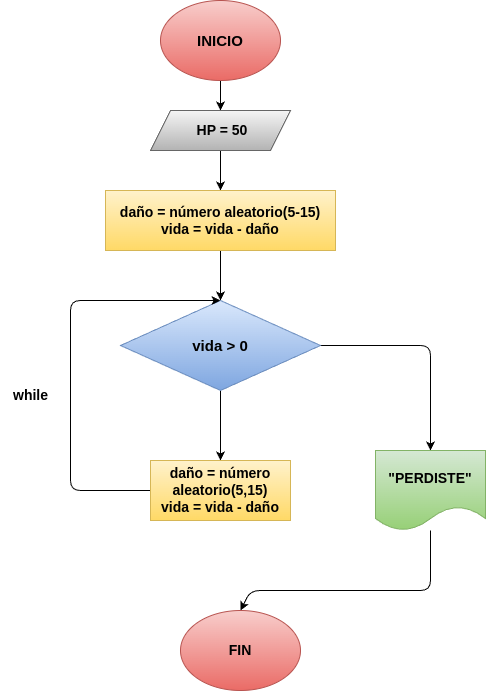
The draw.io diagram Ejercicio_2/diagrama.png in andrespinillacolegioguanenta/INTRUCCIONES_REP, before a commit. Source tidied: cells renumbered, new cells last; positions are measured from the earlier drawing's top-left corner, leaving out a move shared by most shapes. Source of this version:
```xml
<mxGraphModel>
  <root>
    <mxCell id="0" />
    <mxCell id="1" parent="0" />
    <mxCell id="2" style="edgeStyle=none;html=1;" parent="1" edge="1" source="3" target="5">
      <mxGeometry relative="1" as="geometry" />
    </mxCell>
    <mxCell id="3" value="INICIO" style="ellipse;whiteSpace=wrap;html=1;fontStyle=1;fontSize=15;fillColor=#f8cecc;gradientColor=#ea6b66;strokeColor=#b85450;" parent="1" vertex="1">
      <mxGeometry x="160" width="120" height="80" as="geometry" />
    </mxCell>
    <mxCell id="4" style="edgeStyle=none;html=1;" parent="1" edge="1" source="5" target="7">
      <mxGeometry relative="1" as="geometry" />
    </mxCell>
    <mxCell id="5" value="&amp;nbsp;HP = 50" style="shape=parallelogram;perimeter=parallelogramPerimeter;whiteSpace=wrap;html=1;fixedSize=1;fontStyle=1;fontSize=14;fillColor=#f5f5f5;gradientColor=#b3b3b3;strokeColor=#666666;" parent="1" vertex="1">
      <mxGeometry x="150" y="110" width="140" height="40" as="geometry" />
    </mxCell>
    <mxCell id="6" style="edgeStyle=none;html=1;" parent="1" edge="1" source="7" target="10">
      <mxGeometry relative="1" as="geometry" />
    </mxCell>
    <mxCell id="7" value="&lt;font style=&quot;color: rgb(0, 0, 0);&quot;&gt;daño = número aleatorio(5-15)&lt;/font&gt;&lt;div&gt;&lt;font style=&quot;color: rgb(0, 0, 0);&quot;&gt;vida = vida - daño&lt;/font&gt;&lt;/div&gt;" style="rounded=0;whiteSpace=wrap;html=1;fontStyle=1;fontSize=14;fillColor=#fff2cc;gradientColor=#ffd966;strokeColor=#d6b656;" parent="1" vertex="1">
      <mxGeometry x="105" y="190" width="230" height="60" as="geometry" />
    </mxCell>
    <mxCell id="8" style="edgeStyle=none;html=1;entryX=0.5;entryY=0;entryDx=0;entryDy=0;" parent="1" edge="1" source="10" target="13">
      <mxGeometry relative="1" as="geometry">
        <Array as="points">
          <mxPoint x="430" y="345" />
        </Array>
      </mxGeometry>
    </mxCell>
    <mxCell id="9" style="edgeStyle=none;html=1;" parent="1" edge="1" source="10" target="16">
      <mxGeometry relative="1" as="geometry" />
    </mxCell>
    <mxCell id="10" value="vida &amp;gt; 0" style="rhombus;whiteSpace=wrap;html=1;fontStyle=1;fontSize=15;fillColor=#dae8fc;gradientColor=#7ea6e0;strokeColor=#6c8ebf;" parent="1" vertex="1">
      <mxGeometry x="120" y="300" width="200" height="90" as="geometry" />
    </mxCell>
    <mxCell id="11" style="edgeStyle=none;html=1;entryX=0.5;entryY=0;entryDx=0;entryDy=0;" parent="1" edge="1" target="10">
      <mxGeometry relative="1" as="geometry">
        <mxPoint x="160" y="490" as="sourcePoint" />
        <Array as="points">
          <mxPoint x="70" y="490" />
          <mxPoint x="70" y="300" />
        </Array>
      </mxGeometry>
    </mxCell>
    <mxCell id="12" style="edgeStyle=none;html=1;entryX=0.5;entryY=0;entryDx=0;entryDy=0;" parent="1" edge="1" source="13" target="15">
      <mxGeometry relative="1" as="geometry">
        <Array as="points">
          <mxPoint x="430" y="590" />
          <mxPoint x="250" y="590" />
        </Array>
      </mxGeometry>
    </mxCell>
    <mxCell id="13" value="&quot;PERDISTE&quot;" style="shape=document;whiteSpace=wrap;html=1;boundedLbl=1;fontStyle=1;fontSize=14;fillColor=#d5e8d4;gradientColor=#97d077;strokeColor=#82b366;" parent="1" vertex="1">
      <mxGeometry x="375" y="450" width="110" height="80" as="geometry" />
    </mxCell>
    <mxCell id="14" value="while" style="text;html=1;align=center;verticalAlign=middle;strokeColor=none;fillColor=none;fontStyle=1;fontSize=14;" parent="1" vertex="1">
      <mxGeometry y="380" width="60" height="30" as="geometry" />
    </mxCell>
    <mxCell id="15" value="FIN" style="ellipse;whiteSpace=wrap;html=1;fontStyle=1;fontSize=14;fillColor=#f8cecc;gradientColor=#ea6b66;strokeColor=#b85450;" parent="1" vertex="1">
      <mxGeometry x="180" y="610" width="120" height="80" as="geometry" />
    </mxCell>
    <mxCell id="16" value="&lt;font style=&quot;scrollbar-color: rgb(226, 226, 226) rgb(251, 251, 251); font-size: 14px; font-weight: 700; color: rgb(0, 0, 0);&quot;&gt;daño = número aleatorio(5,15)&lt;/font&gt;&lt;div style=&quot;color: rgb(63, 63, 63); scrollbar-color: rgb(226, 226, 226) rgb(251, 251, 251); font-size: 14px; font-weight: 700;&quot;&gt;&lt;font style=&quot;scrollbar-color: rgb(226, 226, 226) rgb(251, 251, 251); color: rgb(0, 0, 0);&quot;&gt;vida = vida - daño&lt;/font&gt;&lt;/div&gt;" style="rounded=0;whiteSpace=wrap;html=1;fillColor=#fff2cc;gradientColor=#ffd966;strokeColor=#d6b656;" parent="1" vertex="1">
      <mxGeometry x="150" y="460" width="140" height="60" as="geometry" />
    </mxCell>
  </root>
</mxGraphModel>
```
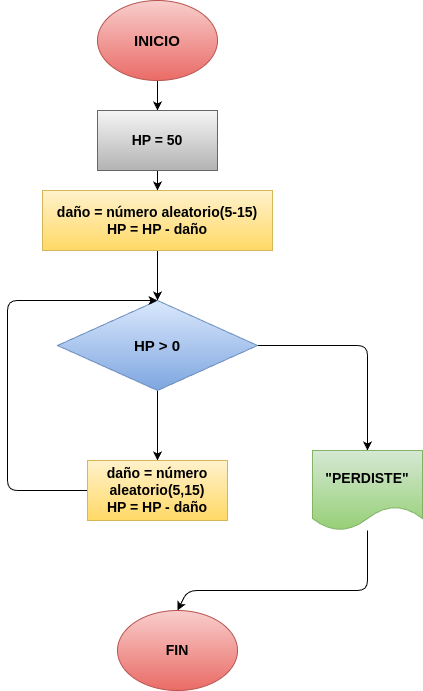
Later version of the same file.

The edit, as a diff of the source:
```diff
@@ -8,16 +8,10 @@
     <mxCell id="3" value="INICIO" style="ellipse;whiteSpace=wrap;html=1;fontStyle=1;fontSize=15;fillColor=#f8cecc;gradientColor=#ea6b66;strokeColor=#b85450;" parent="1" vertex="1">
       <mxGeometry x="160" width="120" height="80" as="geometry" />
     </mxCell>
-    <mxCell id="4" style="edgeStyle=none;html=1;" parent="1" edge="1" source="5" target="7">
-      <mxGeometry relative="1" as="geometry" />
-    </mxCell>
-    <mxCell id="5" value="&amp;nbsp;HP = 50" style="shape=parallelogram;perimeter=parallelogramPerimeter;whiteSpace=wrap;html=1;fixedSize=1;fontStyle=1;fontSize=14;fillColor=#f5f5f5;gradientColor=#b3b3b3;strokeColor=#666666;" parent="1" vertex="1">
-      <mxGeometry x="150" y="110" width="140" height="40" as="geometry" />
-    </mxCell>
     <mxCell id="6" style="edgeStyle=none;html=1;" parent="1" edge="1" source="7" target="10">
       <mxGeometry relative="1" as="geometry" />
     </mxCell>
-    <mxCell id="7" value="&lt;font style=&quot;color: rgb(0, 0, 0);&quot;&gt;daño = número aleatorio(5-15)&lt;/font&gt;&lt;div&gt;&lt;font style=&quot;color: rgb(0, 0, 0);&quot;&gt;vida = vida - daño&lt;/font&gt;&lt;/div&gt;" style="rounded=0;whiteSpace=wrap;html=1;fontStyle=1;fontSize=14;fillColor=#fff2cc;gradientColor=#ffd966;strokeColor=#d6b656;" parent="1" vertex="1">
+    <mxCell id="7" value="&lt;font style=&quot;color: rgb(0, 0, 0);&quot;&gt;daño = número aleatorio(5-15)&lt;/font&gt;&lt;div&gt;&lt;font style=&quot;color: rgb(0, 0, 0);&quot;&gt;HP = HP - daño&lt;/font&gt;&lt;/div&gt;" style="rounded=0;whiteSpace=wrap;html=1;fontStyle=1;fontSize=14;fillColor=#fff2cc;gradientColor=#ffd966;strokeColor=#d6b656;" parent="1" vertex="1">
       <mxGeometry x="105" y="190" width="230" height="60" as="geometry" />
     </mxCell>
     <mxCell id="8" style="edgeStyle=none;html=1;entryX=0.5;entryY=0;entryDx=0;entryDy=0;" parent="1" edge="1" source="10" target="13">
@@ -30,7 +24,7 @@
     <mxCell id="9" style="edgeStyle=none;html=1;" parent="1" edge="1" source="10" target="16">
       <mxGeometry relative="1" as="geometry" />
     </mxCell>
-    <mxCell id="10" value="vida &amp;gt; 0" style="rhombus;whiteSpace=wrap;html=1;fontStyle=1;fontSize=15;fillColor=#dae8fc;gradientColor=#7ea6e0;strokeColor=#6c8ebf;" parent="1" vertex="1">
+    <mxCell id="10" value="HP &amp;gt; 0" style="rhombus;whiteSpace=wrap;html=1;fontStyle=1;fontSize=15;fillColor=#dae8fc;gradientColor=#7ea6e0;strokeColor=#6c8ebf;" parent="1" vertex="1">
       <mxGeometry x="120" y="300" width="200" height="90" as="geometry" />
     </mxCell>
     <mxCell id="11" style="edgeStyle=none;html=1;entryX=0.5;entryY=0;entryDx=0;entryDy=0;" parent="1" edge="1" target="10">
@@ -53,14 +47,17 @@
     <mxCell id="13" value="&quot;PERDISTE&quot;" style="shape=document;whiteSpace=wrap;html=1;boundedLbl=1;fontStyle=1;fontSize=14;fillColor=#d5e8d4;gradientColor=#97d077;strokeColor=#82b366;" parent="1" vertex="1">
       <mxGeometry x="375" y="450" width="110" height="80" as="geometry" />
     </mxCell>
-    <mxCell id="14" value="while" style="text;html=1;align=center;verticalAlign=middle;strokeColor=none;fillColor=none;fontStyle=1;fontSize=14;" parent="1" vertex="1">
-      <mxGeometry y="380" width="60" height="30" as="geometry" />
-    </mxCell>
     <mxCell id="15" value="FIN" style="ellipse;whiteSpace=wrap;html=1;fontStyle=1;fontSize=14;fillColor=#f8cecc;gradientColor=#ea6b66;strokeColor=#b85450;" parent="1" vertex="1">
       <mxGeometry x="180" y="610" width="120" height="80" as="geometry" />
     </mxCell>
-    <mxCell id="16" value="&lt;font style=&quot;scrollbar-color: rgb(226, 226, 226) rgb(251, 251, 251); font-size: 14px; font-weight: 700; color: rgb(0, 0, 0);&quot;&gt;daño = número aleatorio(5,15)&lt;/font&gt;&lt;div style=&quot;color: rgb(63, 63, 63); scrollbar-color: rgb(226, 226, 226) rgb(251, 251, 251); font-size: 14px; font-weight: 700;&quot;&gt;&lt;font style=&quot;scrollbar-color: rgb(226, 226, 226) rgb(251, 251, 251); color: rgb(0, 0, 0);&quot;&gt;vida = vida - daño&lt;/font&gt;&lt;/div&gt;" style="rounded=0;whiteSpace=wrap;html=1;fillColor=#fff2cc;gradientColor=#ffd966;strokeColor=#d6b656;" parent="1" vertex="1">
+    <mxCell id="16" value="&lt;font style=&quot;scrollbar-color: rgb(226, 226, 226) rgb(251, 251, 251); font-size: 14px; font-weight: 700; color: rgb(0, 0, 0);&quot;&gt;daño = número aleatorio(5,15)&lt;/font&gt;&lt;div style=&quot;color: rgb(63, 63, 63); scrollbar-color: rgb(226, 226, 226) rgb(251, 251, 251); font-size: 14px; font-weight: 700;&quot;&gt;&lt;font style=&quot;scrollbar-color: rgb(226, 226, 226) rgb(251, 251, 251); color: rgb(0, 0, 0);&quot;&gt;HP = HP - daño&lt;/font&gt;&lt;/div&gt;" style="rounded=0;whiteSpace=wrap;html=1;fillColor=#fff2cc;gradientColor=#ffd966;strokeColor=#d6b656;" parent="1" vertex="1">
       <mxGeometry x="150" y="460" width="140" height="60" as="geometry" />
     </mxCell>
+    <mxCell id="4" style="edgeStyle=none;html=1;" parent="1" edge="1" source="5" target="7">
+      <mxGeometry relative="1" as="geometry" />
+    </mxCell>
+    <mxCell id="5" value="&lt;b&gt;&lt;font style=&quot;font-size: 14px; color: rgb(0, 0, 0);&quot;&gt;HP = 50&lt;/font&gt;&lt;/b&gt;" style="rounded=0;whiteSpace=wrap;html=1;fillColor=#f5f5f5;gradientColor=#b3b3b3;strokeColor=#666666;" parent="1" vertex="1">
+      <mxGeometry x="160" y="110" width="120" height="60" as="geometry" />
+    </mxCell>
   </root>
 </mxGraphModel>
```
